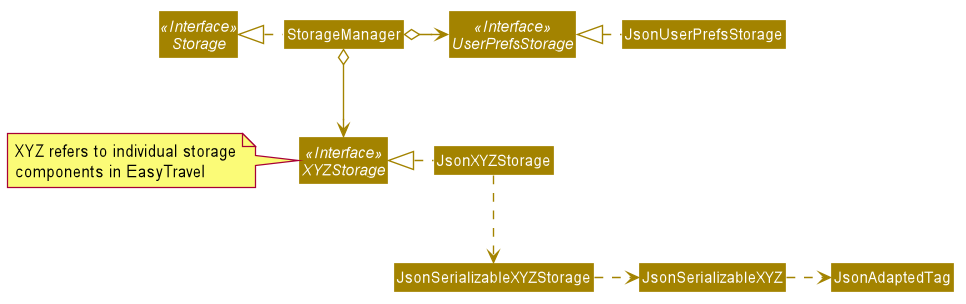
Above: docs/images/StorageClassDiagram.png in zenatrick/main (PlantUML), before the change. The source it was exported from:
```plantuml
@startuml









skinparam BackgroundColor #FFFFFFF

skinparam Shadowing false

skinparam Class {
    FontColor #FFFFFF
    BorderThickness 1
    BorderColor #FFFFFF
    StereotypeFontColor #FFFFFF
    FontName Arial
}

skinparam Actor {
    BorderColor #000000
    Color #000000
    FontName Arial
}

skinparam Sequence {
    MessageAlign center
    BoxFontSize 15
    BoxPadding 0
    BoxFontColor #FFFFFF
    FontName Arial
}

skinparam Participant {
    FontColor #FFFFFFF
    Padding 20
}

skinparam MinClassWidth 50
skinparam ParticipantPadding 10
skinparam Shadowing false
skinparam DefaultTextAlignment center
skinparam packageStyle Rectangle

hide footbox
hide members
hide circle
skinparam arrowThickness 1.1
skinparam arrowColor #A38300
skinparam classBackgroundColor #A38300

Interface Storage <<Interface>>
Interface UserPrefsStorage <<Interface>>
Interface XYZStorage <<Interface>>
note left: XYZ refers to individual storage\ncomponents in EasyTravel

Class StorageManager
Class JsonUserPrefsStorage
Class JsonXYZStorage

StorageManager .left.|> Storage
StorageManager o-right-> UserPrefsStorage
StorageManager o--> XYZStorage

JsonUserPrefsStorage .left.|> UserPrefsStorage
JsonXYZStorage .left.|> XYZStorage
JsonXYZStorage .down.> JsonSerializableXYZStorage
JsonSerializableXYZStorage .right.> JsonSerializableXYZ
JsonSerializableXYZ .right.> JsonAdaptedTag
@enduml
```
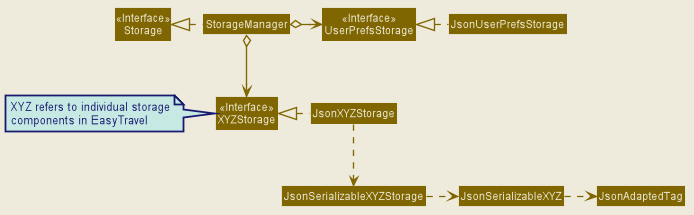
Later version of the same file.

Change to the diagram source:
```diff
@@ -6,17 +6,59 @@
 
 
 
+skinparam BackgroundColor #EEEBDC
+skinparam Shadowing false
+skinparam MinClassWidth 50
+skinparam PackageStyle Rectangle
 
+skinparam Default {
+    FontColor #171D40
+    FontName Arial
+    TextAlignment center
+}
 
-skinparam BackgroundColor #FFFFFFF
+skinparam Participant {
+    Padding 10
+    BorderColor #171D40
+}
 
-skinparam Shadowing false
+skinparam Title {
+    FontColor #171D40
+    FontName Arial
+    FontSize 22
+}
+
+skinparam Arrow {
+    Thickness 1.5
+    Color MidNightBlue
+}
+
+skinparam Note {
+    BackgroundColor #C6EAE3
+    FontColor MidNightBlue
+    BorderColor MidNightBlue
+    BorderThickness 2
+}
 
 skinparam Class {
-    FontColor #FFFFFF
     BorderThickness 1
-    BorderColor #FFFFFF
-    StereotypeFontColor #FFFFFF
+    BorderColor #171D40
+    BackgroundColor #A2E5F9
+    AttributeFontColor MidNightBlue
+    AttributeIconSize 0
+    StereotypeFontColor #171D40
+    StereotypeFontStyle normal
+    FontName Arial
+}
+
+skinparam Object {
+    BorderThickness 2
+    BorderColor #171D40
+    BackgroundColor #C6EAE3
+    AttributeFontColor MidNightBlue
+    AttributeIconSize 0
+    StereotypeFontColor #171D40
+    StereotypeFontStyle normal
     FontName Arial
 }
 
@@ -27,34 +69,51 @@
 }
 
 skinparam Sequence {
-    MessageAlign center
-    BoxFontSize 15
+    LifeLineBackgroundColor #C6EAE3
+    LifeLineBorderColor #171D40
+    LifeLineBorderThickness 1.5
+    MessageAlignment center
+    SequenceParticipantBorderThickness 10
+    ReferenceBackgroundColor #C6EAE3
+    ReferenceBorderColor #171D40
+    TitleFontColor #171D40
+    StereotypeFontStyle normal
+    BoxFontSize 22
+    BoxFontName Arial
+    BoxFontStyle normal
     BoxPadding 0
-    BoxFontColor #FFFFFF
-    FontName Arial
+    BoxBorderColor #EEEBDC
 }
 
 skinparam Participant {
-    FontColor #FFFFFFF
     Padding 20
 }
 
-skinparam MinClassWidth 50
-skinparam ParticipantPadding 10
-skinparam Shadowing false
-skinparam DefaultTextAlignment center
-skinparam packageStyle Rectangle
+skinparam Activity {
+    StartColor #171D40
+    EndColor #171D40
+    BorderThickness 1.5
+    BorderColor #171D40
+    BackgroundColor #A2E5F9
+    DiamondBackgroundColor #A2E5F9
+    DiamondBorderColor #171D40
+}
 
 hide footbox
-hide members
 hide circle
-skinparam arrowThickness 1.1
-skinparam arrowColor #A38300
-skinparam classBackgroundColor #A38300
 
-Interface Storage <<Interface>>
-Interface UserPrefsStorage <<Interface>>
-Interface XYZStorage <<Interface>>
+skinparam Class {
+    BorderColor #EEEBDC
+    FontColor #EEEBDC
+    BackgroundColor #806600
+    StereotypeFontColor #EEEBDC
+}
+skinparam arrowColor #806600
+hide member
+
+Class Storage <<Interface>>
+Class UserPrefsStorage <<Interface>>
+Class XYZStorage <<Interface>>
 note left: XYZ refers to individual storage\ncomponents in EasyTravel
 
 Class StorageManager
```
